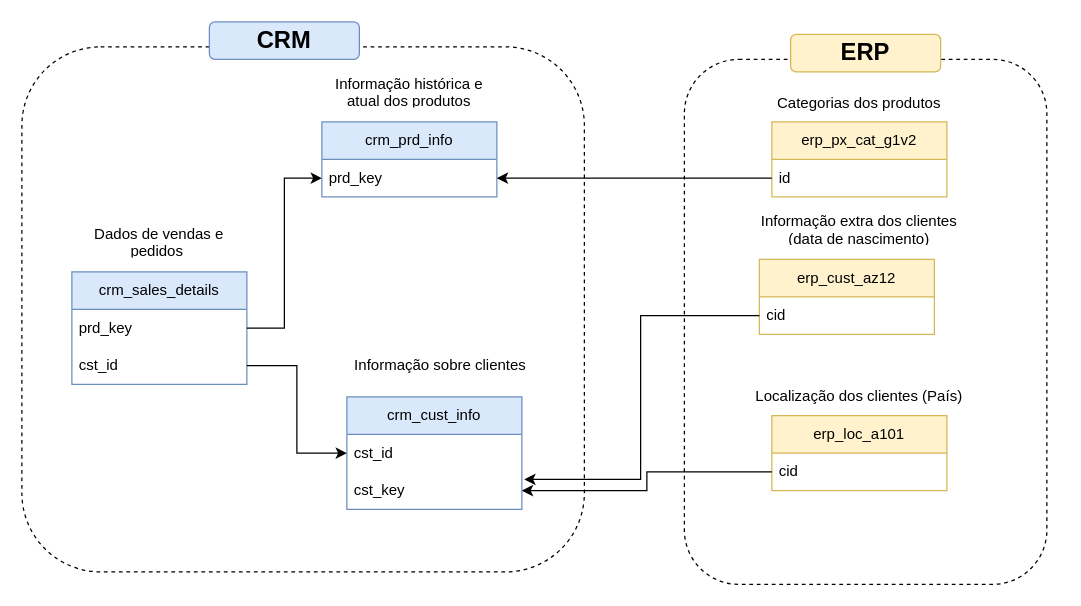
Santiago956/SQL_Server_Data_Warehouse keeps this draw.io diagram as docs/diagrama_de_integracao.drawio. Above is the earlier version. Source tidied: cells renumbered, new cells numbered last; positions are measured from the earlier drawing's top-left corner, leaving out a move shared by most shapes. Both pictures are drawn from the tidied source at 125%, with x=0, y=0 at pixel (21, 21).
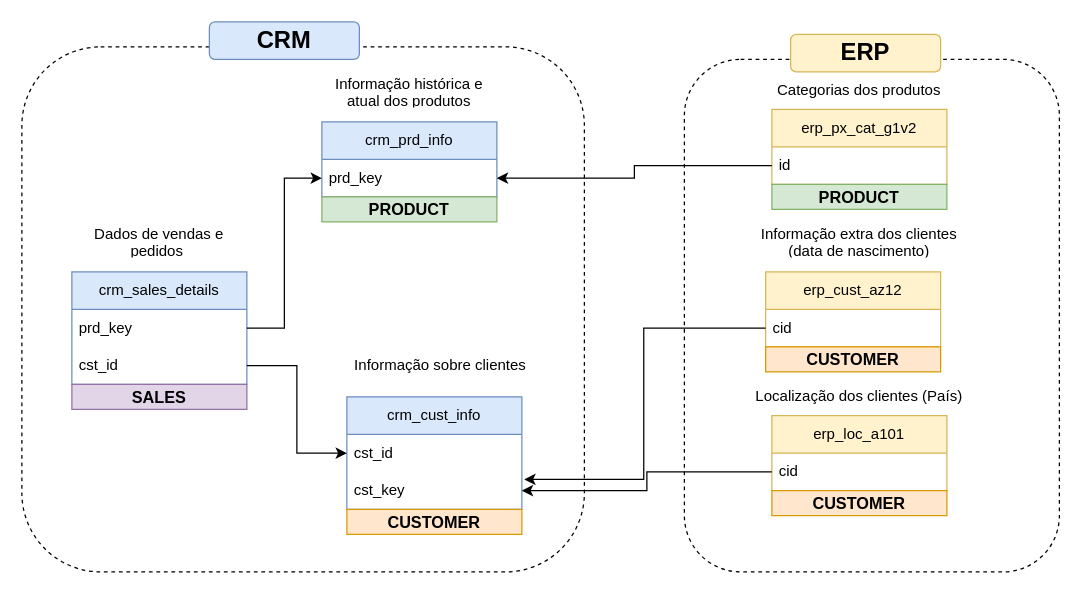
After the change.

Commit message (it also covers changes not shown here):
Camada Ouro: Criação de views e modelagem star-schema + validações e documentação

The edit, as a diff of the source:
```diff
@@
     <mxCell id="12" value="erp_px_cat_g1v2" style="swimlane;fontStyle=0;horizontal=1;startSize=30;whiteSpace=wrap;html=1;fillColor=#fff2cc;strokeColor=#d6b656;" parent="1" vertex="1">
-      <mxGeometry x="600" y="80" width="140" height="60" as="geometry" />
+      <mxGeometry x="600" y="70" width="140" height="60" as="geometry" />
     </mxCell>
@@
     <mxCell id="14" value="erp_cust_az12" style="swimlane;fontStyle=0;horizontal=1;startSize=30;whiteSpace=wrap;html=1;fillColor=#fff2cc;strokeColor=#d6b656;" parent="1" vertex="1">
-      <mxGeometry x="590" y="190" width="140" height="60" as="geometry" />
+      <mxGeometry x="595" y="200" width="140" height="60" as="geometry" />
     </mxCell>
@@
     <mxCell id="22" style="rounded=1;whiteSpace=wrap;html=1;fillColor=none;dashed=1;" parent="1" vertex="1">
-      <mxGeometry x="530" y="30" width="290" height="420" as="geometry" />
+      <mxGeometry x="530" y="30" width="300" height="410" as="geometry" />
     </mxCell>
@@
     <mxCell id="29" value="Informação extra dos clientes (data de nascimento)" style="text;strokeColor=none;fillColor=none;align=center;verticalAlign=middle;spacingLeft=4;spacingRight=4;overflow=hidden;whiteSpace=wrap;html=1;" parent="1" vertex="1">
-      <mxGeometry x="576.2" y="150" width="187.5" height="30" as="geometry" />
+      <mxGeometry x="576.2" y="160" width="187.5" height="30" as="geometry" />
     </mxCell>
     <mxCell id="30" value="Categorias dos produtos" style="text;strokeColor=none;fillColor=none;align=center;verticalAlign=middle;spacingLeft=4;spacingRight=4;overflow=hidden;whiteSpace=wrap;html=1;" parent="1" vertex="1">
-      <mxGeometry x="576.2" y="50" width="187.5" height="30" as="geometry" />
+      <mxGeometry x="576.2" y="40" width="187.5" height="30" as="geometry" />
     </mxCell>
+    <mxCell id="31" value="&lt;font style=&quot;font-size: 13px;&quot;&gt;&lt;b style=&quot;&quot;&gt;PRODUCT&lt;/b&gt;&lt;/font&gt;" style="text;html=1;strokeColor=#82b366;fillColor=#d5e8d4;align=center;verticalAlign=middle;whiteSpace=wrap;overflow=hidden;" parent="1" vertex="1">
+      <mxGeometry x="240" y="140" width="140" height="20" as="geometry" />
+    </mxCell>
+    <mxCell id="32" value="&lt;font style=&quot;font-size: 13px;&quot;&gt;&lt;b style=&quot;&quot;&gt;PRODUCT&lt;/b&gt;&lt;/font&gt;" style="text;html=1;strokeColor=#82b366;fillColor=#d5e8d4;align=center;verticalAlign=middle;whiteSpace=wrap;overflow=hidden;" parent="1" vertex="1">
+      <mxGeometry x="600" y="130" width="140" height="20" as="geometry" />
+    </mxCell>
+    <mxCell id="33" value="&lt;span style=&quot;font-size: 13px;&quot;&gt;&lt;b&gt;CUSTOMER&lt;/b&gt;&lt;/span&gt;" style="text;html=1;strokeColor=#d79b00;fillColor=#ffe6cc;align=center;verticalAlign=middle;whiteSpace=wrap;overflow=hidden;" parent="1" vertex="1">
+      <mxGeometry x="600" y="375" width="140" height="20" as="geometry" />
+    </mxCell>
+    <mxCell id="34" value="&lt;span style=&quot;font-size: 13px;&quot;&gt;&lt;b&gt;CUSTOMER&lt;/b&gt;&lt;/span&gt;" style="text;html=1;strokeColor=#d79b00;fillColor=#ffe6cc;align=center;verticalAlign=middle;whiteSpace=wrap;overflow=hidden;" parent="1" vertex="1">
+      <mxGeometry x="595" y="260" width="140" height="20" as="geometry" />
+    </mxCell>
+    <mxCell id="35" value="&lt;span style=&quot;font-size: 13px;&quot;&gt;&lt;b&gt;CUSTOMER&lt;/b&gt;&lt;/span&gt;" style="text;html=1;strokeColor=#d79b00;fillColor=#ffe6cc;align=center;verticalAlign=middle;whiteSpace=wrap;overflow=hidden;" parent="1" vertex="1">
+      <mxGeometry x="260" y="390" width="140" height="20" as="geometry" />
+    </mxCell>
+    <mxCell id="36" value="&lt;font style=&quot;font-size: 13px;&quot;&gt;&lt;b style=&quot;&quot;&gt;SALES&lt;/b&gt;&lt;/font&gt;" style="text;html=1;strokeColor=#9673a6;fillColor=#e1d5e7;align=center;verticalAlign=middle;whiteSpace=wrap;overflow=hidden;" parent="1" vertex="1">
+      <mxGeometry x="40" y="290" width="140" height="20" as="geometry" />
+    </mxCell>
```
